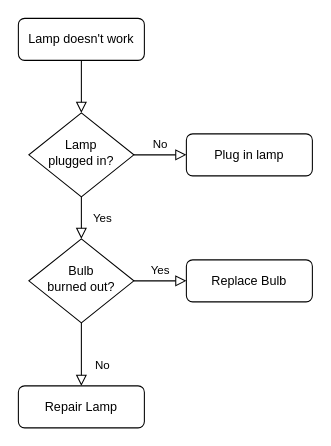
CIKE-peaked/mylib keeps this draw.io diagram as test.drawio. Above is the earlier version. Source tidied: cells renumbered, new cells numbered last; positions are measured from the earlier drawing's top-left corner, leaving out a move shared by most shapes. Both pictures are drawn from the tidied source at 105%, with x=0, y=0 at pixel (18, 18).
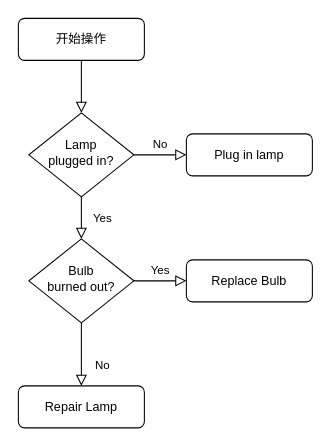
Above is the later version.

The edit, as a diff of the source:
```diff
@@
 <mxGraphModel>
   <root>
     <mxCell id="0" />
     <mxCell id="1" parent="0" />
     <mxCell id="2" style="rounded=0;html=1;jettySize=auto;fontSize=11;endArrow=block;endFill=0;endSize=8;strokeWidth=1;shadow=0;labelBackgroundColor=none;edgeStyle=orthogonalEdgeStyle;" parent="1" edge="1" source="3" target="6">
       <mxGeometry relative="1" as="geometry" />
     </mxCell>
-    <mxCell id="3" value="Lamp doesn't work" style="rounded=1;whiteSpace=wrap;html=1;fontSize=12;glass=0;strokeWidth=1;shadow=0;" parent="1" vertex="1">
+    <mxCell id="3" value="开始操作" style="rounded=1;whiteSpace=wrap;html=1;fontSize=12;glass=0;strokeWidth=1;shadow=0;" parent="1" vertex="1">
       <mxGeometry width="120" height="40" as="geometry" />
     </mxCell>
     <mxCell id="4" value="Yes" style="rounded=0;html=1;jettySize=auto;fontSize=11;endArrow=block;endFill=0;endSize=8;strokeWidth=1;shadow=0;labelBackgroundColor=none;edgeStyle=orthogonalEdgeStyle;" parent="1" edge="1" source="6" target="10">
       <mxGeometry y="20" relative="1" as="geometry" />
     </mxCell>
     <mxCell id="5" value="No" style="edgeStyle=orthogonalEdgeStyle;rounded=0;html=1;jettySize=auto;fontSize=11;endArrow=block;endFill=0;endSize=8;strokeWidth=1;shadow=0;labelBackgroundColor=none;" parent="1" edge="1" source="6" target="7">
       <mxGeometry y="10" relative="1" as="geometry" />
     </mxCell>
     <mxCell id="6" value="Lamp&lt;br&gt;plugged in?" style="rhombus;whiteSpace=wrap;html=1;shadow=0;fontFamily=Helvetica;fontSize=12;align=center;strokeWidth=1;spacing=6;spacingTop=-4;" parent="1" vertex="1">
       <mxGeometry x="10" y="90" width="100" height="80" as="geometry" />
     </mxCell>
     <mxCell id="7" value="Plug in lamp" style="rounded=1;whiteSpace=wrap;html=1;fontSize=12;glass=0;strokeWidth=1;shadow=0;" parent="1" vertex="1">
       <mxGeometry x="160" y="110" width="120" height="40" as="geometry" />
     </mxCell>
     <mxCell id="8" value="No" style="rounded=0;html=1;jettySize=auto;fontSize=11;endArrow=block;endFill=0;endSize=8;strokeWidth=1;shadow=0;labelBackgroundColor=none;edgeStyle=orthogonalEdgeStyle;" parent="1" edge="1" source="10" target="11">
       <mxGeometry x="0.33" y="20" relative="1" as="geometry" />
     </mxCell>
     <mxCell id="9" value="Yes" style="edgeStyle=orthogonalEdgeStyle;rounded=0;html=1;jettySize=auto;fontSize=11;endArrow=block;endFill=0;endSize=8;strokeWidth=1;shadow=0;labelBackgroundColor=none;" parent="1" edge="1" source="10" target="12">
       <mxGeometry y="10" relative="1" as="geometry" />
     </mxCell>
     <mxCell id="10" value="Bulb&lt;br&gt;burned out?" style="rhombus;whiteSpace=wrap;html=1;shadow=0;fontFamily=Helvetica;fontSize=12;align=center;strokeWidth=1;spacing=6;spacingTop=-4;" parent="1" vertex="1">
       <mxGeometry x="10" y="210" width="100" height="80" as="geometry" />
     </mxCell>
     <mxCell id="11" value="Repair Lamp" style="rounded=1;whiteSpace=wrap;html=1;fontSize=12;glass=0;strokeWidth=1;shadow=0;" parent="1" vertex="1">
       <mxGeometry y="350" width="120" height="40" as="geometry" />
     </mxCell>
     <mxCell id="12" value="Replace Bulb" style="rounded=1;whiteSpace=wrap;html=1;fontSize=12;glass=0;strokeWidth=1;shadow=0;" parent="1" vertex="1">
       <mxGeometry x="160" y="230" width="120" height="40" as="geometry" />
     </mxCell>
   </root>
 </mxGraphModel>
```
